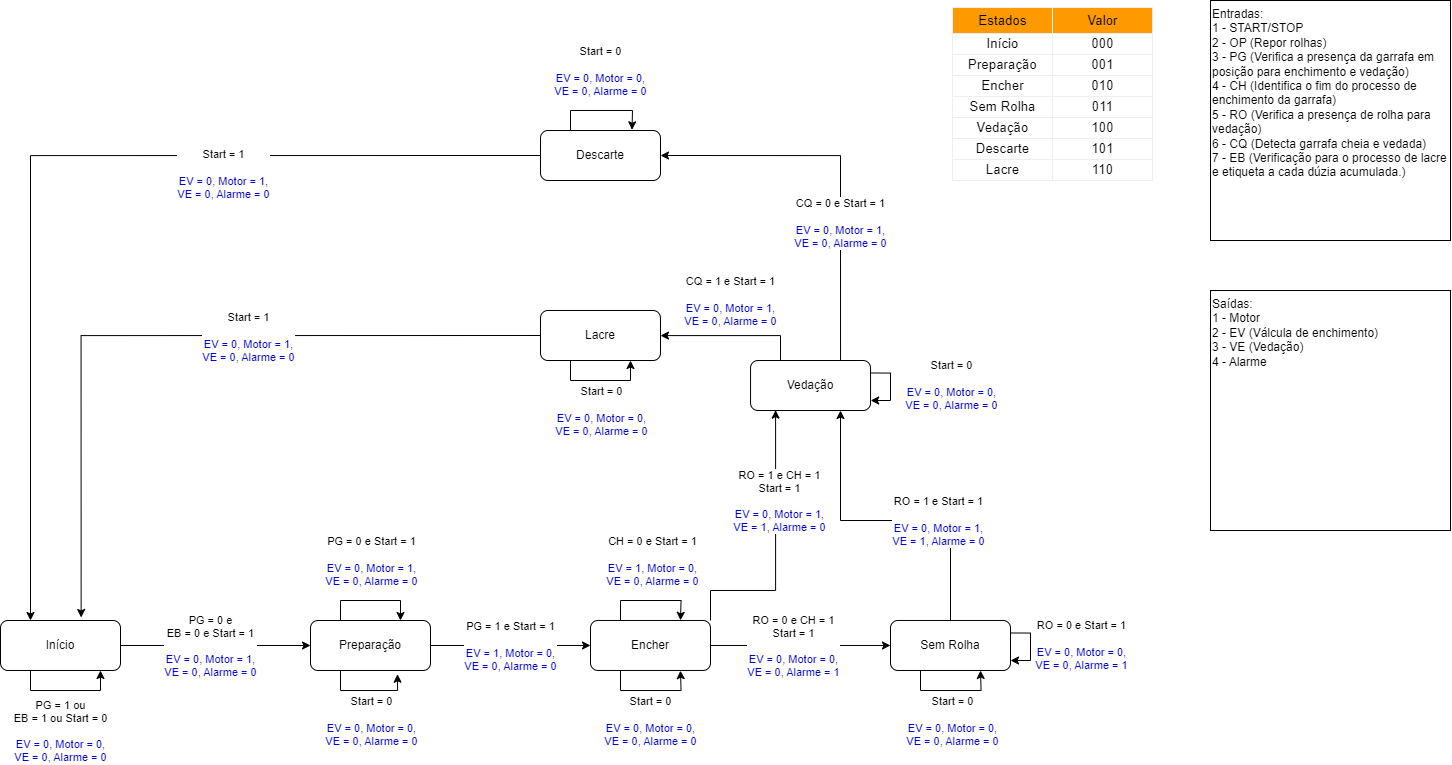
Above: documentacao/imagens/final/diagrama.png in jnaraujo/tec498_2023_2_projeto_03 (draw.io), before the change. Source tidied: cells renumbered, new cells last; positions are measured from the earlier drawing's top-left corner, leaving out a move shared by most shapes.
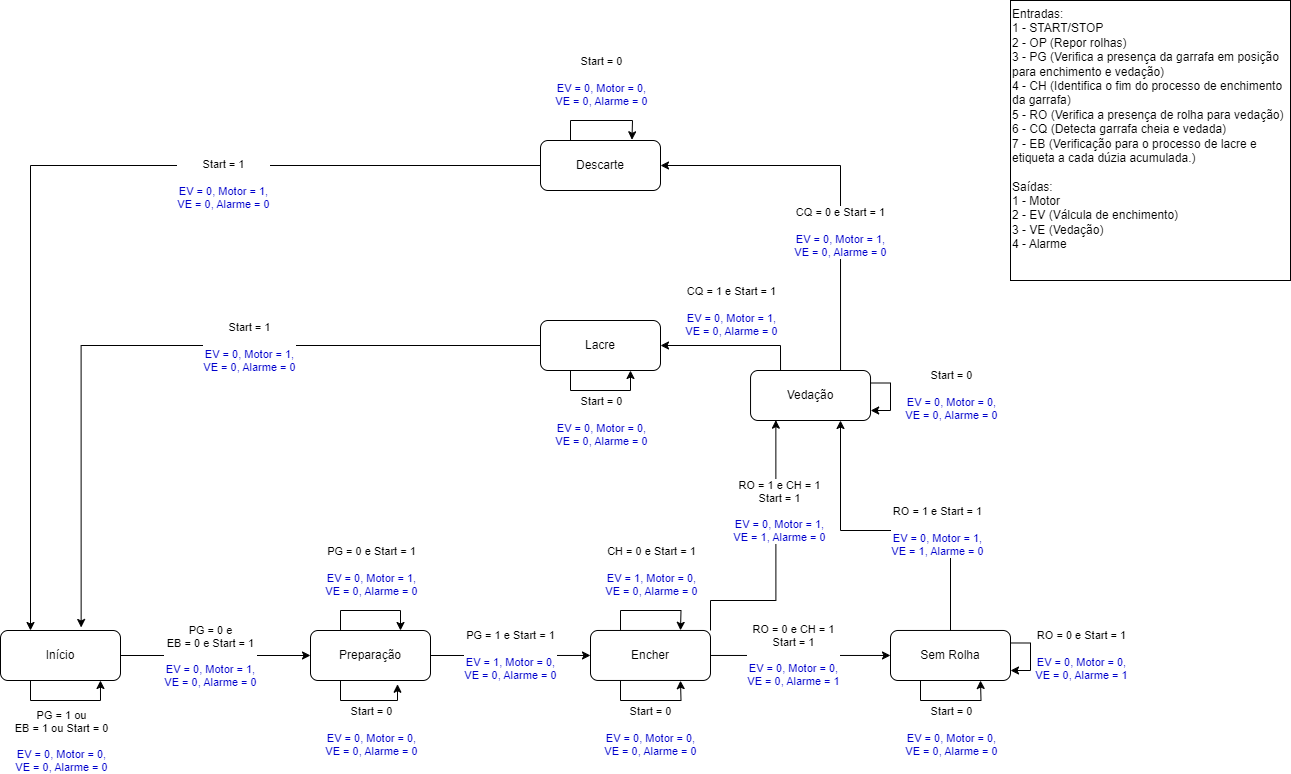
The same diagram one commit later.

Change to the diagram source:
```diff
@@ -2,12 +2,9 @@
   <root>
     <mxCell id="0" />
     <mxCell id="1" parent="0" />
-    <mxCell id="2" value="Entradas:&lt;br&gt;1 - START/STOP&lt;br&gt;2 - OP (Repor rolhas)&lt;br&gt;3 - PG (Verifica a presença da garrafa em posição para enchimento e vedação)&lt;br&gt;4 - CH (Identifica o fim do processo de enchimento da garrafa)&lt;br&gt;5 - RO (Verifica a presença de rolha para vedação)&lt;br&gt;6 - CQ (Detecta garrafa cheia e vedada)&lt;br&gt;7 - EB (Verificação para o processo de lacre e etiqueta a cada dúzia acumulada.)" style="whiteSpace=wrap;html=1;align=left;verticalAlign=top;" parent="1" vertex="1">
-      <mxGeometry x="1210" width="240" height="240" as="geometry" />
+    <mxCell id="2" value="Entradas:&lt;br&gt;1 - START/STOP&lt;br&gt;2 - OP (Repor rolhas)&lt;br&gt;3 - PG (Verifica a presença da garrafa em posição para enchimento e vedação)&lt;br&gt;4 - CH (Identifica o fim do processo de enchimento da garrafa)&lt;br&gt;5 - RO (Verifica a presença de rolha para vedação)&lt;br&gt;6 - CQ (Detecta garrafa cheia e vedada)&lt;br&gt;7 - EB (Verificação para o processo de lacre e etiqueta a cada dúzia acumulada.)&lt;br&gt;&lt;br&gt;&lt;div style=&quot;border-color: var(--border-color);&quot;&gt;Saídas:&lt;/div&gt;&lt;div style=&quot;border-color: var(--border-color);&quot;&gt;1 - Motor&lt;/div&gt;&lt;div style=&quot;border-color: var(--border-color);&quot;&gt;2 - EV (Válcula de enchimento)&lt;/div&gt;&lt;div style=&quot;border-color: var(--border-color);&quot;&gt;3 - VE (Vedação)&lt;/div&gt;&lt;div style=&quot;border-color: var(--border-color);&quot;&gt;4 - Alarme&lt;/div&gt;" style="whiteSpace=wrap;html=1;align=left;verticalAlign=top;" parent="1" vertex="1">
+      <mxGeometry x="1010" y="-10" width="280" height="280" as="geometry" />
     </mxCell>
-    <mxCell id="3" value="&lt;div&gt;Saídas:&lt;/div&gt;&lt;div&gt;1 - Motor&lt;/div&gt;&lt;div&gt;2 - EV (Válcula de enchimento)&lt;/div&gt;&lt;div&gt;3 - VE (Vedação)&lt;/div&gt;&lt;div&gt;4 - Alarme&lt;/div&gt;" style="whiteSpace=wrap;html=1;align=left;verticalAlign=top;" parent="1" vertex="1">
-      <mxGeometry x="1210" y="290" width="240" height="240" as="geometry" />
-    </mxCell>
     <mxCell id="4" style="edgeStyle=orthogonalEdgeStyle;rounded=0;orthogonalLoop=1;jettySize=auto;html=1;entryX=0.833;entryY=1;entryDx=0;entryDy=0;entryPerimeter=0;" parent="1" edge="1" source="8" target="8">
       <mxGeometry relative="1" as="geometry">
         <Array as="points">
@@ -214,8 +211,5 @@
         <mxPoint x="-1" y="32" as="offset" />
       </mxGeometry>
     </mxCell>
-    <mxCell id="49" value="&lt;table xmlns=&quot;http://www.w3.org/1999/xhtml&quot; cellspacing=&quot;0&quot; cellpadding=&quot;0&quot; dir=&quot;ltr&quot; border=&quot;1&quot; style=&quot;table-layout:fixed;font-size:10pt;font-family:Arial;width:0px;border-collapse:collapse;border:none&quot;&gt;&lt;colgroup&gt;&lt;col width=&quot;100&quot;&gt;&lt;col width=&quot;100&quot;&gt;&lt;/colgroup&gt;&lt;tbody&gt;&lt;tr style=&quot;height:26px;&quot;&gt;&lt;td style=&quot;overflow:hidden;padding:2px 3px 2px 3px;vertical-align:middle;background-color:#ff9900;text-align:center;&quot;&gt;Estados&lt;/td&gt;&lt;td style=&quot;overflow:hidden;padding:2px 3px 2px 3px;vertical-align:middle;background-color:#ff9900;text-align:center;&quot;&gt;Valor&lt;/td&gt;&lt;/tr&gt;&lt;tr style=&quot;height:21px;&quot;&gt;&lt;td style=&quot;overflow:hidden;padding:2px 3px 2px 3px;vertical-align:middle;text-align:center;&quot;&gt;Início&lt;/td&gt;&lt;td style=&quot;overflow:hidden;padding:2px 3px 2px 3px;vertical-align:middle;text-align:center;&quot;&gt;000&lt;/td&gt;&lt;/tr&gt;&lt;tr style=&quot;height:21px;&quot;&gt;&lt;td style=&quot;overflow:hidden;padding:2px 3px 2px 3px;vertical-align:middle;text-align:center;&quot;&gt;Preparação&lt;/td&gt;&lt;td style=&quot;overflow:hidden;padding:2px 3px 2px 3px;vertical-align:middle;text-align:center;&quot;&gt;001&lt;/td&gt;&lt;/tr&gt;&lt;tr style=&quot;height:21px;&quot;&gt;&lt;td style=&quot;overflow:hidden;padding:2px 3px 2px 3px;vertical-align:middle;text-align:center;&quot;&gt;Encher&lt;/td&gt;&lt;td style=&quot;overflow:hidden;padding:2px 3px 2px 3px;vertical-align:middle;text-align:center;&quot;&gt;010&lt;/td&gt;&lt;/tr&gt;&lt;tr style=&quot;height:21px;&quot;&gt;&lt;td style=&quot;overflow:hidden;padding:2px 3px 2px 3px;vertical-align:middle;text-align:center;&quot;&gt;Sem Rolha&lt;/td&gt;&lt;td style=&quot;overflow:hidden;padding:2px 3px 2px 3px;vertical-align:middle;text-align:center;&quot;&gt;011&lt;/td&gt;&lt;/tr&gt;&lt;tr style=&quot;height:21px;&quot;&gt;&lt;td style=&quot;overflow:hidden;padding:2px 3px 2px 3px;vertical-align:middle;text-align:center;&quot;&gt;Vedação&lt;/td&gt;&lt;td style=&quot;overflow:hidden;padding:2px 3px 2px 3px;vertical-align:middle;text-align:center;&quot;&gt;100&lt;/td&gt;&lt;/tr&gt;&lt;tr style=&quot;height:21px;&quot;&gt;&lt;td style=&quot;overflow:hidden;padding:2px 3px 2px 3px;vertical-align:middle;text-align:center;&quot;&gt;Descarte&lt;/td&gt;&lt;td style=&quot;overflow:hidden;padding:2px 3px 2px 3px;vertical-align:middle;text-align:center;&quot;&gt;101&lt;/td&gt;&lt;/tr&gt;&lt;tr style=&quot;height:21px;&quot;&gt;&lt;td style=&quot;overflow:hidden;padding:2px 3px 2px 3px;vertical-align:bottom;text-align:center;&quot;&gt;Lacre&lt;/td&gt;&lt;td style=&quot;overflow:hidden;padding:2px 3px 2px 3px;vertical-align:bottom;text-align:center;&quot;&gt;110&lt;/td&gt;&lt;/tr&gt;&lt;/tbody&gt;&lt;/table&gt;" style="text;whiteSpace=wrap;html=1;" parent="1" vertex="1">
-      <mxGeometry x="950" width="230" height="200" as="geometry" />
-    </mxCell>
   </root>
 </mxGraphModel>
```
